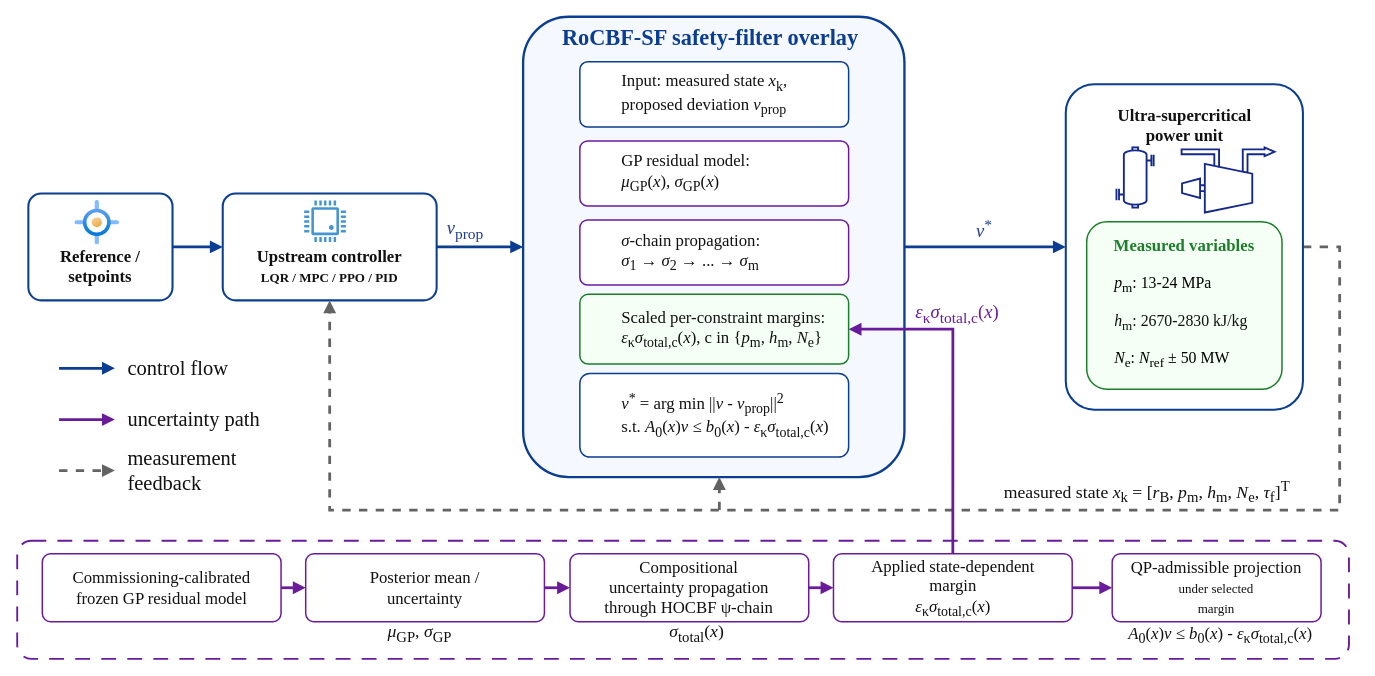
The draw.io diagram paper/Figure1_Robust_HOCBF_architecture_mathjax.drawio in VickylastShao/Robust-HOCBF-Safety-Filtering-for-Supercritical-Power-Plants-under-Model-Mismatch, before the edit. Source tidied: cells renumbered, new cells numbered last; positions are measured from the earlier drawing's top-left corner, leaving out a move shared by most shapes. Both pictures are drawn from the tidied source at 93%, with x=0, y=0 at pixel (17, 17).
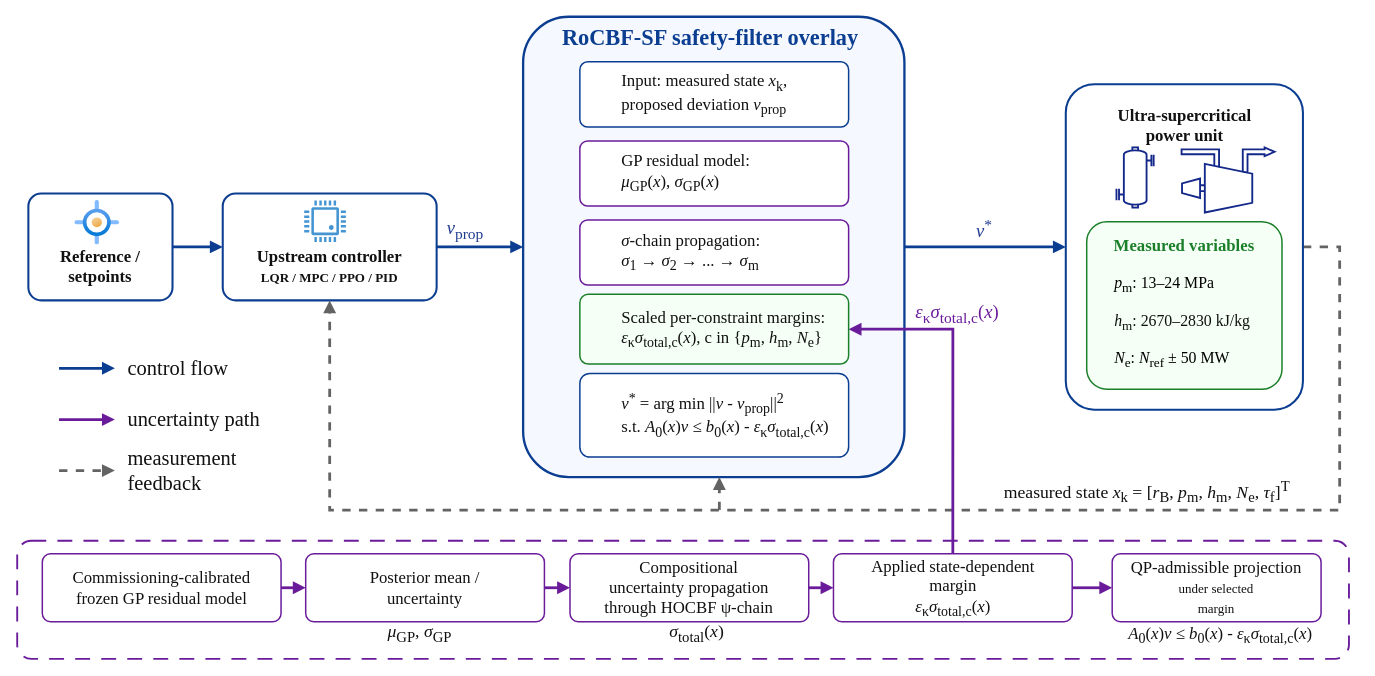
The same diagram, later.

The change refers to these unchanged cells:
```xml
<mxCell id="36" style="group;fontSize=14;" parent="34" vertex="1">
  <mxGeometry x="22.5" y="148" width="226" height="180" as="geometry" />
</mxCell>
```

Diff of the diagram source:
```diff
@@
-    <mxCell id="38" value="&lt;span style=&quot;color: rgb(0, 0, 0); background-color: transparent;&quot;&gt;&lt;i&gt;p&lt;/i&gt;&lt;sub&gt;m&lt;/sub&gt;: 13-24 MPa&lt;/span&gt;" style="text;html=1;strokeColor=none;fillColor=none;align=left;verticalAlign=middle;whiteSpace=wrap;fontFamily=Times New Roman;fontColor=#111111;fontSize=17;" parent="36" vertex="1">
+    <mxCell id="38" value="&lt;span style=&quot;color: rgb(0, 0, 0); background-color: transparent;&quot;&gt;&lt;i&gt;p&lt;/i&gt;&lt;sub&gt;m&lt;/sub&gt;: 13–24 MPa&lt;/span&gt;" style="text;html=1;strokeColor=none;fillColor=none;align=left;verticalAlign=middle;whiteSpace=wrap;fontFamily=Times New Roman;fontColor=#111111;fontSize=17;" parent="36" vertex="1">
       <mxGeometry x="28" y="52" width="200" height="32" as="geometry" />
     </mxCell>
-    <mxCell id="39" value="&lt;i&gt;h&lt;/i&gt;&lt;sub&gt;m&lt;/sub&gt;: 2670-2830 kJ/kg" style="text;html=1;strokeColor=none;fillColor=none;align=left;verticalAlign=middle;whiteSpace=wrap;fontFamily=Times New Roman;fontColor=#111111;fontSize=17;" parent="36" vertex="1">
+    <mxCell id="39" value="&lt;i&gt;h&lt;/i&gt;&lt;sub&gt;m&lt;/sub&gt;: 2670–2830 kJ/kg" style="text;html=1;strokeColor=none;fillColor=none;align=left;verticalAlign=middle;whiteSpace=wrap;fontFamily=Times New Roman;fontColor=#111111;fontSize=17;" parent="36" vertex="1">
       <mxGeometry x="28" y="92" width="200" height="32" as="geometry" />
     </mxCell>
```
